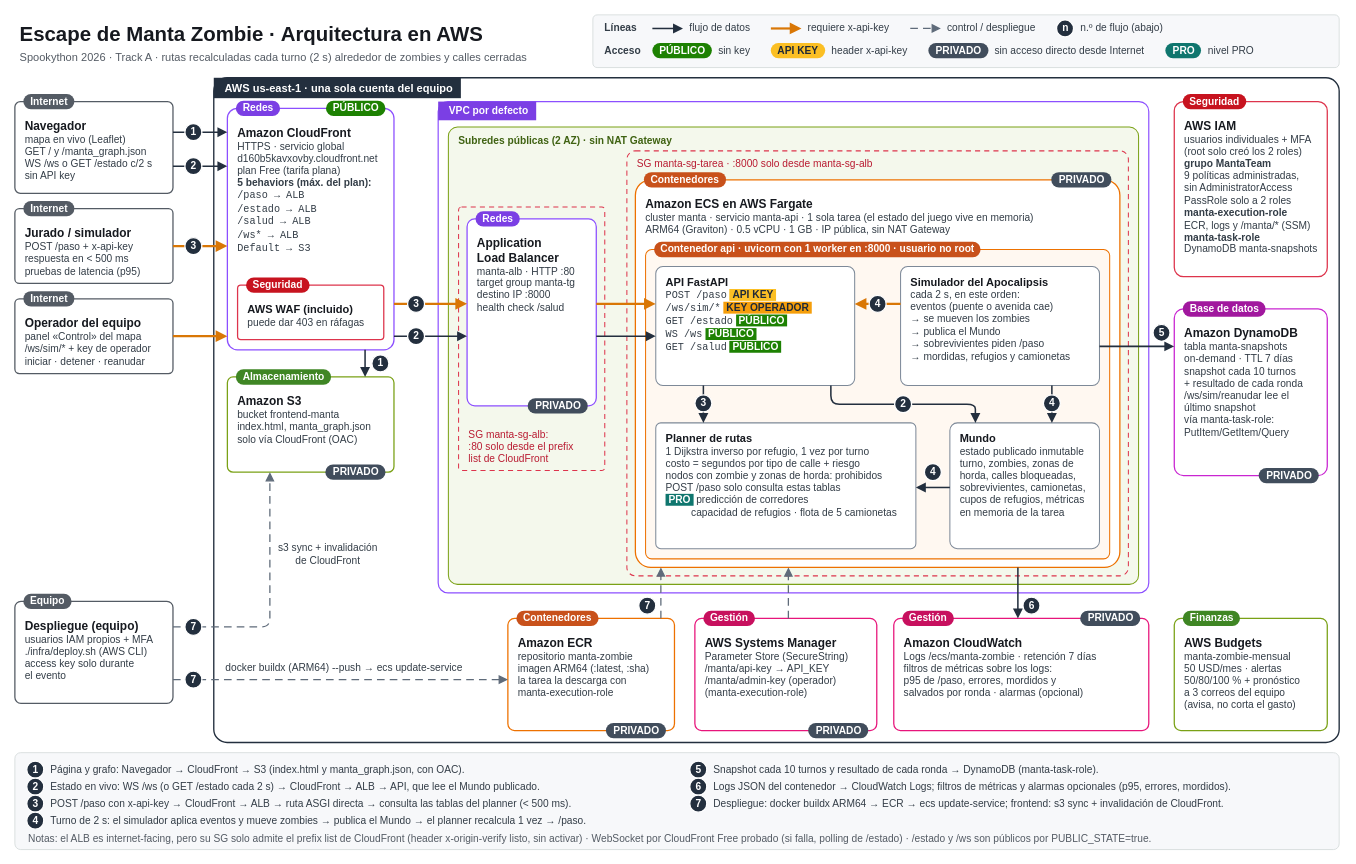
Before: docs/arquitectura.drawio in TheDarw1n/menincloud_spookython-2026, a draw.io diagram. Source tidied: cells renumbered, new cells numbered last; positions are measured from the earlier drawing's top-left corner, leaving out a move shared by most shapes. Both pictures are drawn from the tidied source at 85%, with x=0, y=0 at pixel (14, 14).
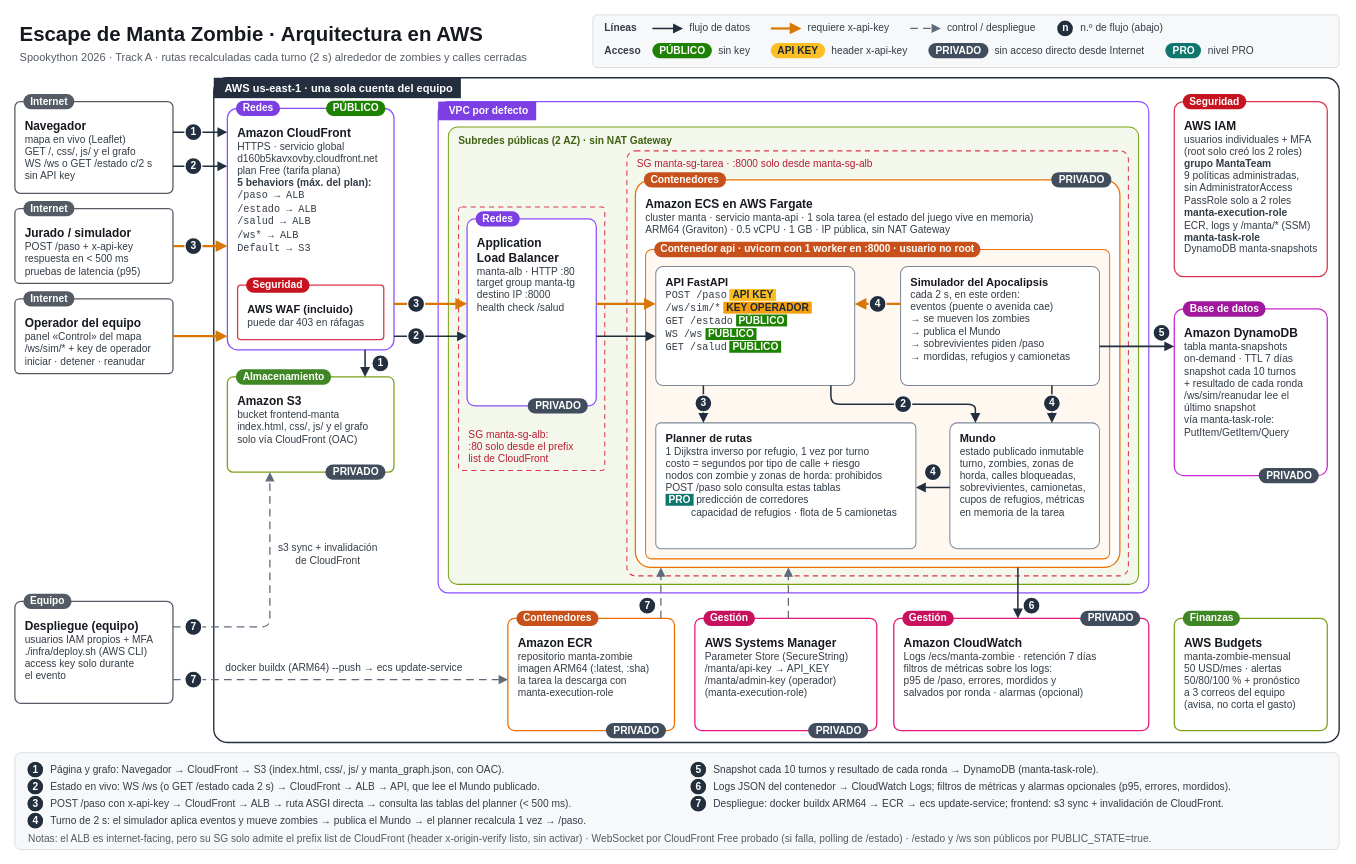
The same page after the edit.

Commit message (it also covers changes not shown here):
Diagrama: el mapa en S3 ahora es index.html, css/ y js/ (caja de S3, navegador y flujo 1)

Unchanged cells that the change refers to:
```xml
<mxCell id="4" style="rounded=1;html=1;whiteSpace=wrap;arcSize=2;align=left;spacingLeft=10;verticalAlign=top;spacingTop=2;fillColor=none;strokeColor=#232F3E;strokeWidth=1.6;fontColor=#232F3E;fontStyle=1;fontSize=13;" parent="1" vertex="1">
  <mxGeometry x="234" y="74" width="1324" height="782" as="geometry" />
</mxCell>
```

Change to the diagram source:
```diff
@@
-    <mxCell id="6" value="&lt;b&gt;&lt;font style=&quot;font-size:14px&quot; color=&quot;#16191F&quot;&gt;Navegador&lt;/font&gt;&lt;/b&gt;&lt;br&gt;mapa en vivo (Leaflet)&lt;br&gt;GET / y /manta_graph.json&lt;br&gt;WS /ws o GET /estado c/2 s&lt;br&gt;sin API key" style="rounded=1;html=1;whiteSpace=wrap;arcSize=6;align=left;verticalAlign=top;spacingLeft=10;spacingTop=14;fillColor=#FFFFFF;strokeColor=#545B64;strokeWidth=1.5;fontSize=12;fontColor=#333D47;" parent="1" vertex="1">
+    <mxCell id="6" value="&lt;b&gt;&lt;font style=&quot;font-size:14px&quot; color=&quot;#16191F&quot;&gt;Navegador&lt;/font&gt;&lt;/b&gt;&lt;br&gt;mapa en vivo (Leaflet)&lt;br&gt;GET /, css/, js/ y el grafo&lt;br&gt;WS /ws o GET /estado c/2 s&lt;br&gt;sin API key" style="rounded=1;html=1;whiteSpace=wrap;arcSize=6;align=left;verticalAlign=top;spacingLeft=10;spacingTop=14;fillColor=#FFFFFF;strokeColor=#545B64;strokeWidth=1.5;fontSize=12;fontColor=#333D47;" parent="1" vertex="1">
       <mxGeometry y="102" width="186" height="108" as="geometry" />
     </mxCell>
@@
-    <mxCell id="19" value="&lt;b&gt;&lt;font style=&quot;font-size:14px&quot; color=&quot;#16191F&quot;&gt;Amazon S3&lt;/font&gt;&lt;/b&gt;&lt;br&gt;bucket frontend-manta&lt;br&gt;index.html, manta_graph.json&lt;br&gt;solo vía CloudFront (OAC)" style="rounded=1;html=1;whiteSpace=wrap;arcSize=6;align=left;verticalAlign=top;spacingLeft=10;spacingTop=14;fillColor=#FFFFFF;strokeColor=#7AA116;strokeWidth=1.5;fontSize=12;fontColor=#333D47;" parent="4" vertex="1">
+    <mxCell id="19" value="&lt;b&gt;&lt;font style=&quot;font-size:14px&quot; color=&quot;#16191F&quot;&gt;Amazon S3&lt;/font&gt;&lt;/b&gt;&lt;br&gt;bucket frontend-manta&lt;br&gt;index.html, css/, js/ y el grafo&lt;br&gt;solo vía CloudFront (OAC)" style="rounded=1;html=1;whiteSpace=wrap;arcSize=6;align=left;verticalAlign=top;spacingLeft=10;spacingTop=14;fillColor=#FFFFFF;strokeColor=#7AA116;strokeWidth=1.5;fontSize=12;fontColor=#333D47;" parent="4" vertex="1">
       <mxGeometry x="16" y="352" width="196" height="112" as="geometry" />
     </mxCell>
@@
-    <mxCell id="112" value="Página y grafo: Navegador → CloudFront → S3 (index.html y manta_graph.json, con OAC)." style="text;html=1;align=left;verticalAlign=middle;whiteSpace=nowrap;fontSize=12;fontColor=#333D47;" parent="1" vertex="1">
+    <mxCell id="112" value="Página y grafo: Navegador → CloudFront → S3 (index.html, css/, js/ y manta_graph.json, con OAC)." style="text;html=1;align=left;verticalAlign=middle;whiteSpace=nowrap;fontSize=12;fontColor=#333D47;" parent="1" vertex="1">
       <mxGeometry x="40" y="878" width="740" height="20" as="geometry" />
     </mxCell>
```
